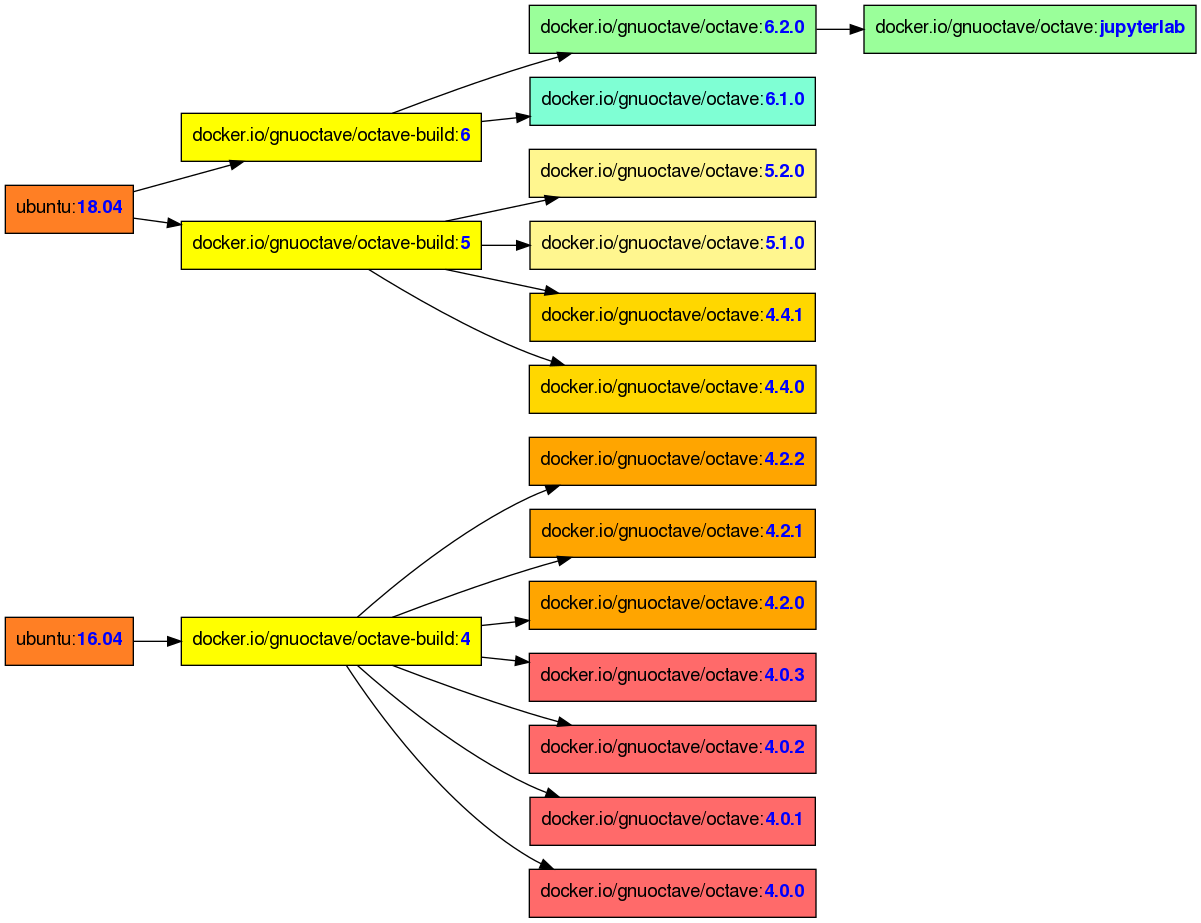
Earlier version of the Graphviz export doc/docker_image_hierachy.png (gnu-octave/docker). Its source is kept beside it as doc/docker_image_hierachy.dot.
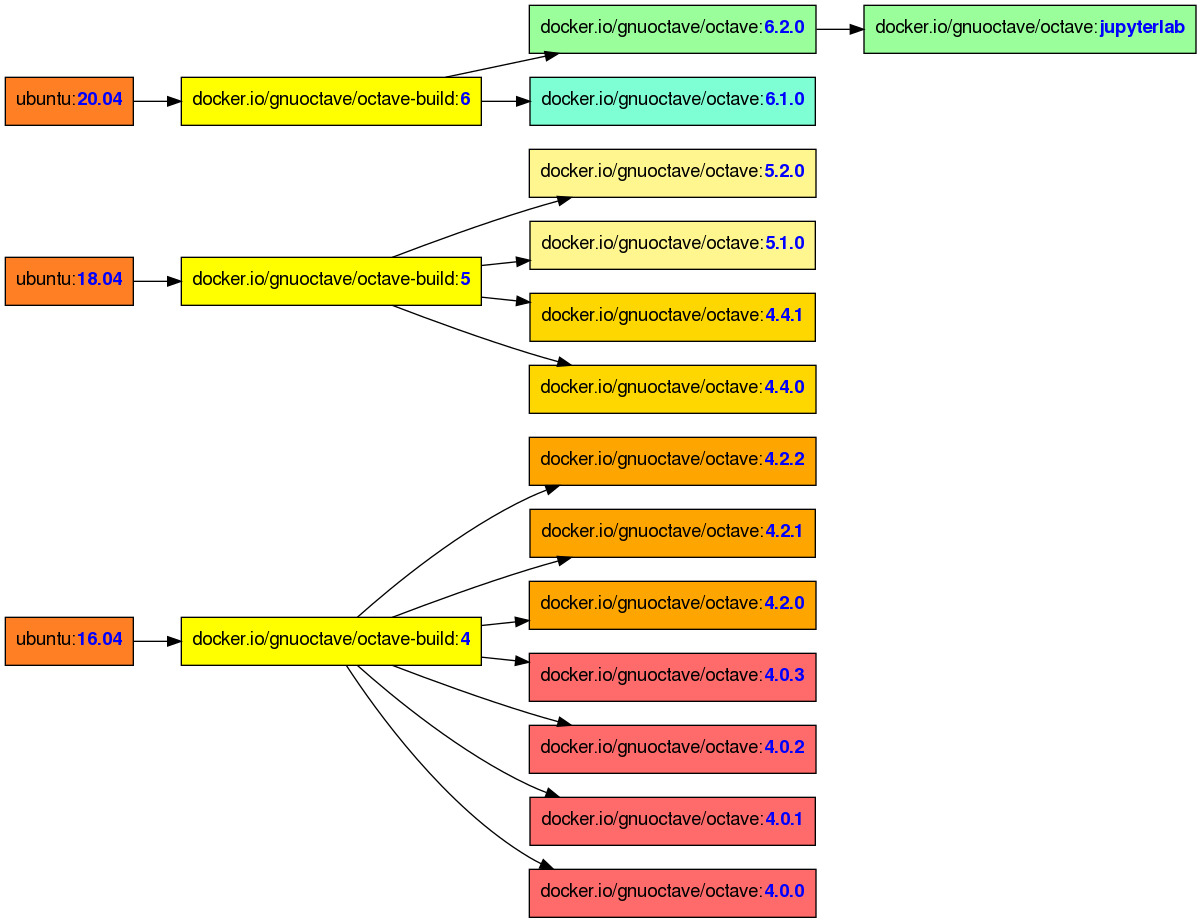
The same file after the commit.

The edit, as a diff of the source:
```diff
@@ -5,6 +5,7 @@
   { rank = same;
     ubuntu1604 [label=<ubuntu:<B><FONT color='blue'>16.04</FONT></B>>];
     ubuntu1804 [label=<ubuntu:<B><FONT color='blue'>18.04</FONT></B>>];
+    ubuntu2004 [label=<ubuntu:<B><FONT color='blue'>20.04</FONT></B>>];
   }
   node [fillcolor=yellow];
   { rank = same;
@@ -34,7 +35,7 @@
   v401 [label=<docker.io/gnuoctave/octave:<B><FONT color='blue'>4.0.1</FONT></B>>];
   v400 [label=<docker.io/gnuoctave/octave:<B><FONT color='blue'>4.0.0</FONT></B>>];
   }
-  ubuntu1804 -> b6 -> v620  -> jupyterlab
+  ubuntu2004 -> b6 -> v620  -> jupyterlab
                 b6 -> v610
   ubuntu1804 -> b5 -> v520
                 b5 -> v510
```
